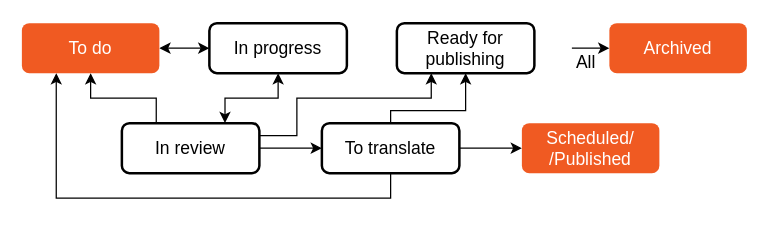
Above: team/workflows/workflow_activity_based.drawio in Kontent-ai-Learn/kontent-ai-learn-diagrams (draw.io), before the change. Source tidied: cells renumbered, new cells numbered last; positions are measured from the earlier drawing's top-left corner, leaving out a move shared by most shapes. Both pictures are drawn from the tidied source at 125%, with x=0, y=0 at pixel (21, 22).
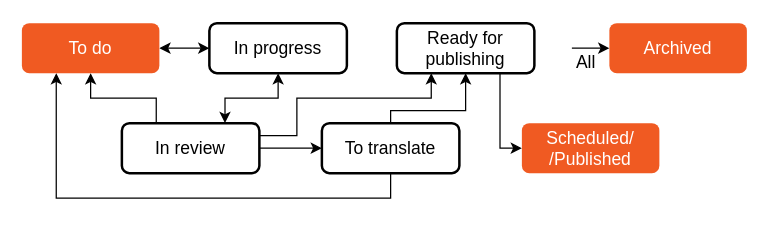
Above is the later version.

Unchanged cells that the change refers to:
```xml
<mxCell id="13" value="To translate" style="rounded=1;whiteSpace=wrap;html=1;fillColor=none;strokeColor=#000000;fontStyle=0;fontFamily=GT Walsheim;fontSize=14;strokeWidth=2;" parent="1" vertex="1">
  <mxGeometry x="240" y="80" width="110" height="40" as="geometry" />
</mxCell>
<mxCell id="14" value="Ready for publishing" style="rounded=1;whiteSpace=wrap;html=1;fillColor=none;strokeColor=#000000;fontStyle=0;fontFamily=GT Walsheim;fontSize=14;strokeWidth=2;" parent="1" vertex="1">
  <mxGeometry x="300" width="110" height="40" as="geometry" />
</mxCell>
<mxCell id="15" value="Scheduled/&lt;br style=&quot;font-size: 14px;&quot;&gt;/Published" style="rounded=1;whiteSpace=wrap;html=1;fillColor=#F05A22;strokeColor=none;fontStyle=0;strokeWidth=2;fontFamily=GT Walsheim;fontSize=14;fontColor=#FFFFFF;" parent="1" vertex="1">
  <mxGeometry x="400" y="80" width="110" height="40" as="geometry" />
</mxCell>
```

What changed in the source:
```diff
@@
-    <mxCell id="12" style="edgeStyle=orthogonalEdgeStyle;rounded=0;jettySize=auto;html=1;entryX=0;entryY=0.5;entryDx=0;entryDy=0;startArrow=none;startFill=0;endArrow=classic;endFill=1;fontFamily=GT Walsheim;fontStyle=0;fontSize=14;" parent="1" edge="1" source="13" target="15">
-      <mxGeometry relative="1" as="geometry" />
+    <mxCell id="12" style="edgeStyle=orthogonalEdgeStyle;rounded=0;jettySize=auto;html=1;entryX=0;entryY=0.5;entryDx=0;entryDy=0;startArrow=none;startFill=0;endArrow=classic;endFill=1;fontFamily=GT Walsheim;fontStyle=0;fontSize=14;exitX=0.75;exitY=1;exitDx=0;exitDy=0;" parent="1" edge="1" source="14" target="15">
+      <mxGeometry relative="1" as="geometry">
+        <Array as="points">
+          <mxPoint x="383" y="100" />
+        </Array>
+      </mxGeometry>
     </mxCell>
```
